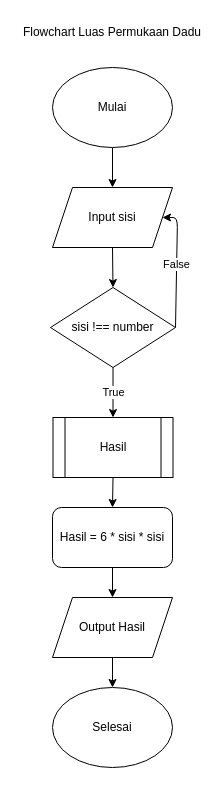
Above: page "Flowchart Luas permukaan dadu" (1 of 2) of tugas5.drawio in wisnu318/fwg17-computer-science (draw.io), before the change. Source tidied: cells renumbered, new cells numbered last; positions are measured from the earlier drawing's top-left corner, leaving out a move shared by most shapes. Both pictures are drawn from the tidied source at 100%, with x=0, y=0 at pixel (17, 17).
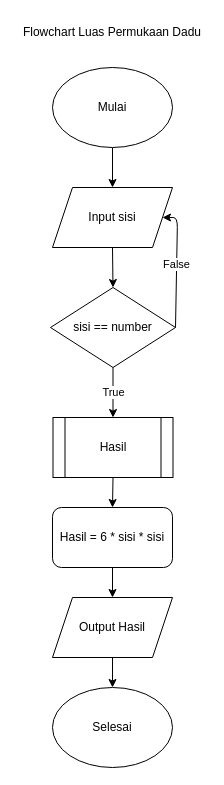
The same diagram, later.

Diff of the diagram source:
```diff
@@
 <mxGraphModel>
   <root>
     <mxCell id="0" />
     <mxCell id="1" parent="0" />
     <mxCell id="2" value="Flowchart Luas Permukaan Dadu" style="text;html=1;strokeColor=none;fillColor=none;align=center;verticalAlign=middle;whiteSpace=wrap;rounded=0;" parent="1" vertex="1">
       <mxGeometry width="190" height="30" as="geometry" />
     </mxCell>
     <mxCell id="3" style="edgeStyle=none;html=1;exitX=0.5;exitY=1;exitDx=0;exitDy=0;entryX=0.5;entryY=0;entryDx=0;entryDy=0;" parent="1" edge="1" source="4" target="7">
       <mxGeometry relative="1" as="geometry" />
     </mxCell>
     <mxCell id="4" value="Mulai" style="ellipse;whiteSpace=wrap;html=1;" parent="1" vertex="1">
       <mxGeometry x="35" y="50" width="120" height="80" as="geometry" />
     </mxCell>
     <mxCell id="5" value="Selesai" style="ellipse;whiteSpace=wrap;html=1;" parent="1" vertex="1">
       <mxGeometry x="35" y="670" width="120" height="80" as="geometry" />
     </mxCell>
     <mxCell id="6" style="edgeStyle=none;html=1;exitX=0.5;exitY=1;exitDx=0;exitDy=0;entryX=0.5;entryY=0;entryDx=0;entryDy=0;" parent="1" edge="1" source="7" target="12">
       <mxGeometry relative="1" as="geometry" />
     </mxCell>
     <mxCell id="7" value="Input sisi" style="shape=parallelogram;perimeter=parallelogramPerimeter;whiteSpace=wrap;html=1;fixedSize=1;" parent="1" vertex="1">
       <mxGeometry x="35" y="170" width="120" height="60" as="geometry" />
     </mxCell>
     <mxCell id="8" style="edgeStyle=none;html=1;exitX=0.5;exitY=1;exitDx=0;exitDy=0;entryX=0.5;entryY=0;entryDx=0;entryDy=0;" parent="1" edge="1" source="9" target="5">
       <mxGeometry relative="1" as="geometry" />
     </mxCell>
     <mxCell id="9" value="Output Hasil" style="shape=parallelogram;perimeter=parallelogramPerimeter;whiteSpace=wrap;html=1;fixedSize=1;" parent="1" vertex="1">
       <mxGeometry x="35" y="580" width="120" height="60" as="geometry" />
     </mxCell>
     <mxCell id="10" value="False" style="edgeStyle=none;html=1;exitX=1;exitY=0.5;exitDx=0;exitDy=0;entryX=1;entryY=0.5;entryDx=0;entryDy=0;" parent="1" edge="1" source="12" target="7">
       <mxGeometry relative="1" as="geometry">
         <Array as="points">
           <mxPoint x="160" y="200" />
         </Array>
       </mxGeometry>
     </mxCell>
     <mxCell id="11" value="True" style="edgeStyle=none;html=1;exitX=0.5;exitY=1;exitDx=0;exitDy=0;entryX=0.5;entryY=0;entryDx=0;entryDy=0;" parent="1" edge="1" source="12" target="14">
       <mxGeometry relative="1" as="geometry" />
     </mxCell>
-    <mxCell id="12" value="sisi !== number" style="rhombus;whiteSpace=wrap;html=1;" parent="1" vertex="1">
+    <mxCell id="12" value="sisi == number" style="rhombus;whiteSpace=wrap;html=1;" parent="1" vertex="1">
       <mxGeometry x="33" y="270" width="125" height="80" as="geometry" />
     </mxCell>
     <mxCell id="13" style="edgeStyle=none;html=1;exitX=0.5;exitY=1;exitDx=0;exitDy=0;entryX=0.5;entryY=0;entryDx=0;entryDy=0;" parent="1" edge="1" source="14" target="16">
       <mxGeometry relative="1" as="geometry" />
     </mxCell>
     <mxCell id="14" value="Hasil" style="shape=process;whiteSpace=wrap;html=1;backgroundOutline=1;" parent="1" vertex="1">
       <mxGeometry x="35.5" y="400" width="120" height="60" as="geometry" />
     </mxCell>
     <mxCell id="15" style="edgeStyle=none;html=1;exitX=0.5;exitY=1;exitDx=0;exitDy=0;entryX=0.5;entryY=0;entryDx=0;entryDy=0;" parent="1" edge="1" source="16" target="9">
       <mxGeometry relative="1" as="geometry" />
     </mxCell>
     <mxCell id="16" value="Hasil = 6 * sisi * sisi" style="rounded=1;whiteSpace=wrap;html=1;" parent="1" vertex="1">
       <mxGeometry x="35" y="490" width="120" height="60" as="geometry" />
     </mxCell>
   </root>
 </mxGraphModel>
```
